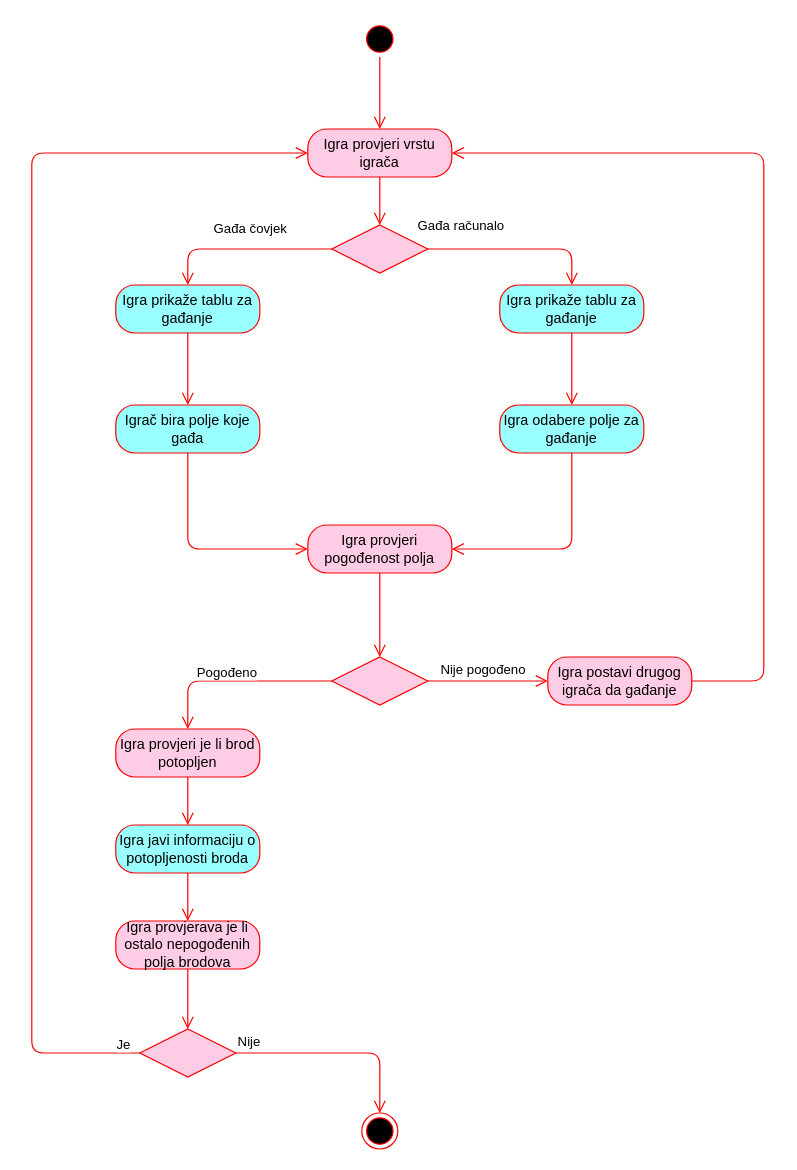
Before: page "Activity: Gađanje brodova" (5 of 10) of Dijagram.drawio in LukaFarkas99/Battleship, a draw.io diagram. Source tidied: cells renumbered, new cells numbered last; positions are measured from the earlier drawing's top-left corner, leaving out a move shared by most shapes. Both pictures are drawn from the tidied source at 120%, with x=0, y=0 at pixel (31, 20).
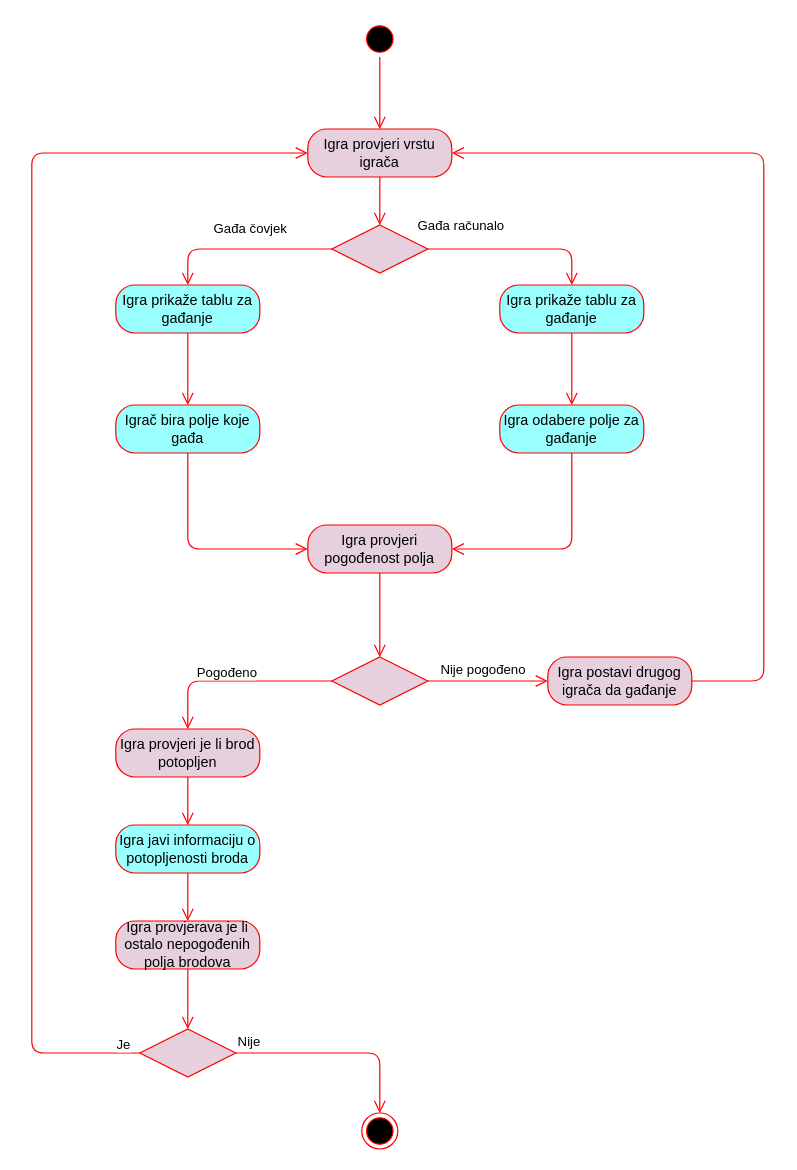
The same page after the edit.

What changed in the source:
```diff
@@
-    <mxCell id="4" value="Igra provjeri vrstu igrača" style="rounded=1;whiteSpace=wrap;html=1;arcSize=40;fontColor=#000000;strokeColor=#ff0000;fillColor=#FFCCE6;" parent="1" vertex="1">
+    <mxCell id="4" value="Igra provjeri vrstu igrača" style="rounded=1;whiteSpace=wrap;html=1;arcSize=40;fontColor=#000000;strokeColor=#ff0000;fillColor=#E6D0DE;" parent="1" vertex="1">
       <mxGeometry x="230" y="90" width="120" height="40" as="geometry" />
     </mxCell>
@@
-    <mxCell id="6" style="rhombus;whiteSpace=wrap;html=1;strokeColor=#ff0000;fillColor=#FFCCE6;" parent="1" vertex="1">
+    <mxCell id="6" style="rhombus;whiteSpace=wrap;html=1;strokeColor=#ff0000;fillColor=#E6D0DE;" parent="1" vertex="1">
       <mxGeometry x="250" y="170" width="80" height="40" as="geometry" />
     </mxCell>
@@
-    <mxCell id="13" value="Igra provjeri pogođenost polja" style="rounded=1;whiteSpace=wrap;html=1;arcSize=40;fontColor=#000000;strokeColor=#ff0000;fillColor=#FFCCE6;" parent="1" vertex="1">
+    <mxCell id="13" value="Igra provjeri pogođenost polja" style="rounded=1;whiteSpace=wrap;html=1;arcSize=40;fontColor=#000000;strokeColor=#ff0000;fillColor=#E6D0DE;" parent="1" vertex="1">
       <mxGeometry x="230" y="420" width="120" height="40" as="geometry" />
     </mxCell>
@@
-    <mxCell id="15" style="rhombus;whiteSpace=wrap;html=1;strokeColor=#ff0000;fillColor=#FFCCE6;" parent="1" vertex="1">
+    <mxCell id="15" style="rhombus;whiteSpace=wrap;html=1;strokeColor=#ff0000;fillColor=#E6D0DE;" parent="1" vertex="1">
       <mxGeometry x="250" y="530" width="80" height="40" as="geometry" />
     </mxCell>
@@
-    <mxCell id="22" value="Igra postavi drugog igrača da gađanje" style="rounded=1;whiteSpace=wrap;html=1;arcSize=40;fontColor=#000000;strokeColor=#ff0000;fillColor=#FFCCE6;" parent="1" vertex="1">
+    <mxCell id="22" value="Igra postavi drugog igrača da gađanje" style="rounded=1;whiteSpace=wrap;html=1;arcSize=40;fontColor=#000000;strokeColor=#ff0000;fillColor=#E6D0DE;" parent="1" vertex="1">
       <mxGeometry x="430" y="530" width="120" height="40" as="geometry" />
     </mxCell>
@@
-    <mxCell id="24" value="Igra provjeri je li brod potopljen" style="rounded=1;whiteSpace=wrap;html=1;arcSize=40;fontColor=#000000;strokeColor=#ff0000;fillColor=#FFCCE6;" parent="1" vertex="1">
+    <mxCell id="24" value="Igra provjeri je li brod potopljen" style="rounded=1;whiteSpace=wrap;html=1;arcSize=40;fontColor=#000000;strokeColor=#ff0000;fillColor=#E6D0DE;" parent="1" vertex="1">
       <mxGeometry x="70" y="590" width="120" height="40" as="geometry" />
     </mxCell>
@@
-    <mxCell id="28" value="Igra provjerava je li ostalo nepogođenih polja brodova" style="rounded=1;whiteSpace=wrap;html=1;arcSize=40;fontColor=#000000;strokeColor=#ff0000;fillColor=#FFCCE6;" parent="1" vertex="1">
+    <mxCell id="28" value="Igra provjerava je li ostalo nepogođenih polja brodova" style="rounded=1;whiteSpace=wrap;html=1;arcSize=40;fontColor=#000000;strokeColor=#ff0000;fillColor=#E6D0DE;" parent="1" vertex="1">
       <mxGeometry x="70" y="750" width="120" height="40" as="geometry" />
     </mxCell>
@@
-    <mxCell id="31" style="rhombus;whiteSpace=wrap;html=1;strokeColor=#ff0000;fillColor=#FFCCE6;" parent="1" vertex="1">
+    <mxCell id="31" style="rhombus;whiteSpace=wrap;html=1;strokeColor=#ff0000;fillColor=#E6D0DE;" parent="1" vertex="1">
       <mxGeometry x="90" y="840" width="80" height="40" as="geometry" />
     </mxCell>
```
